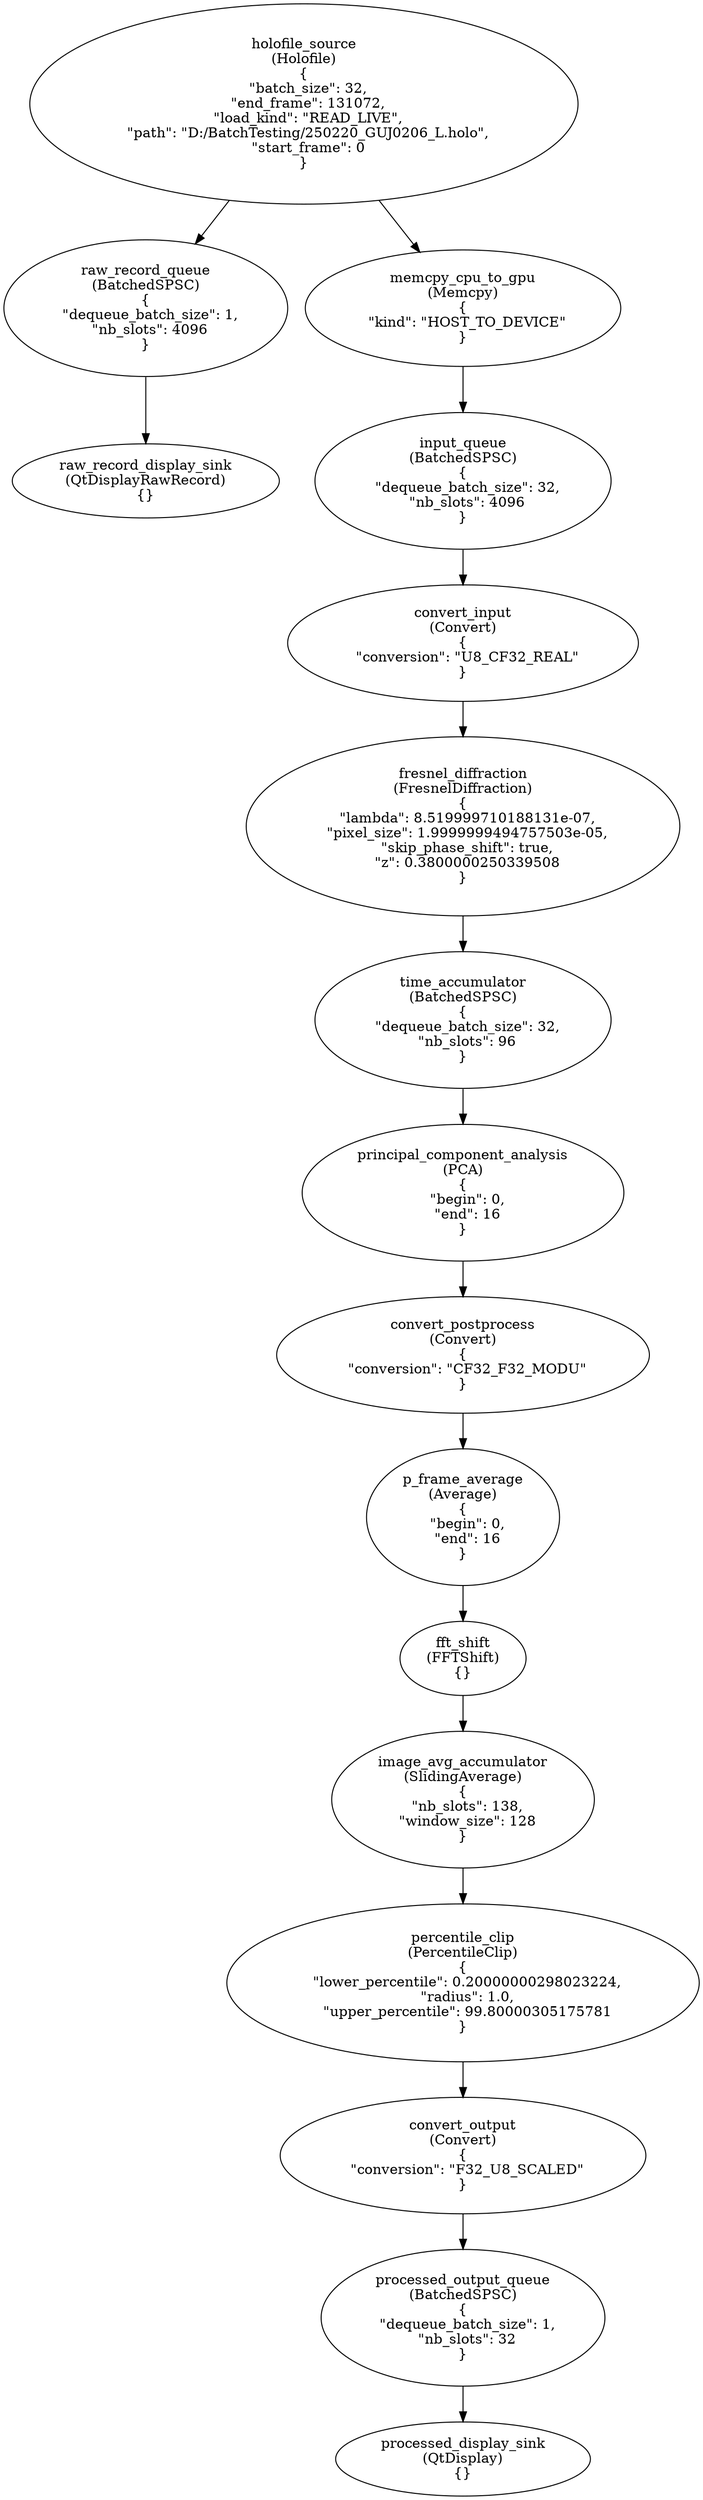
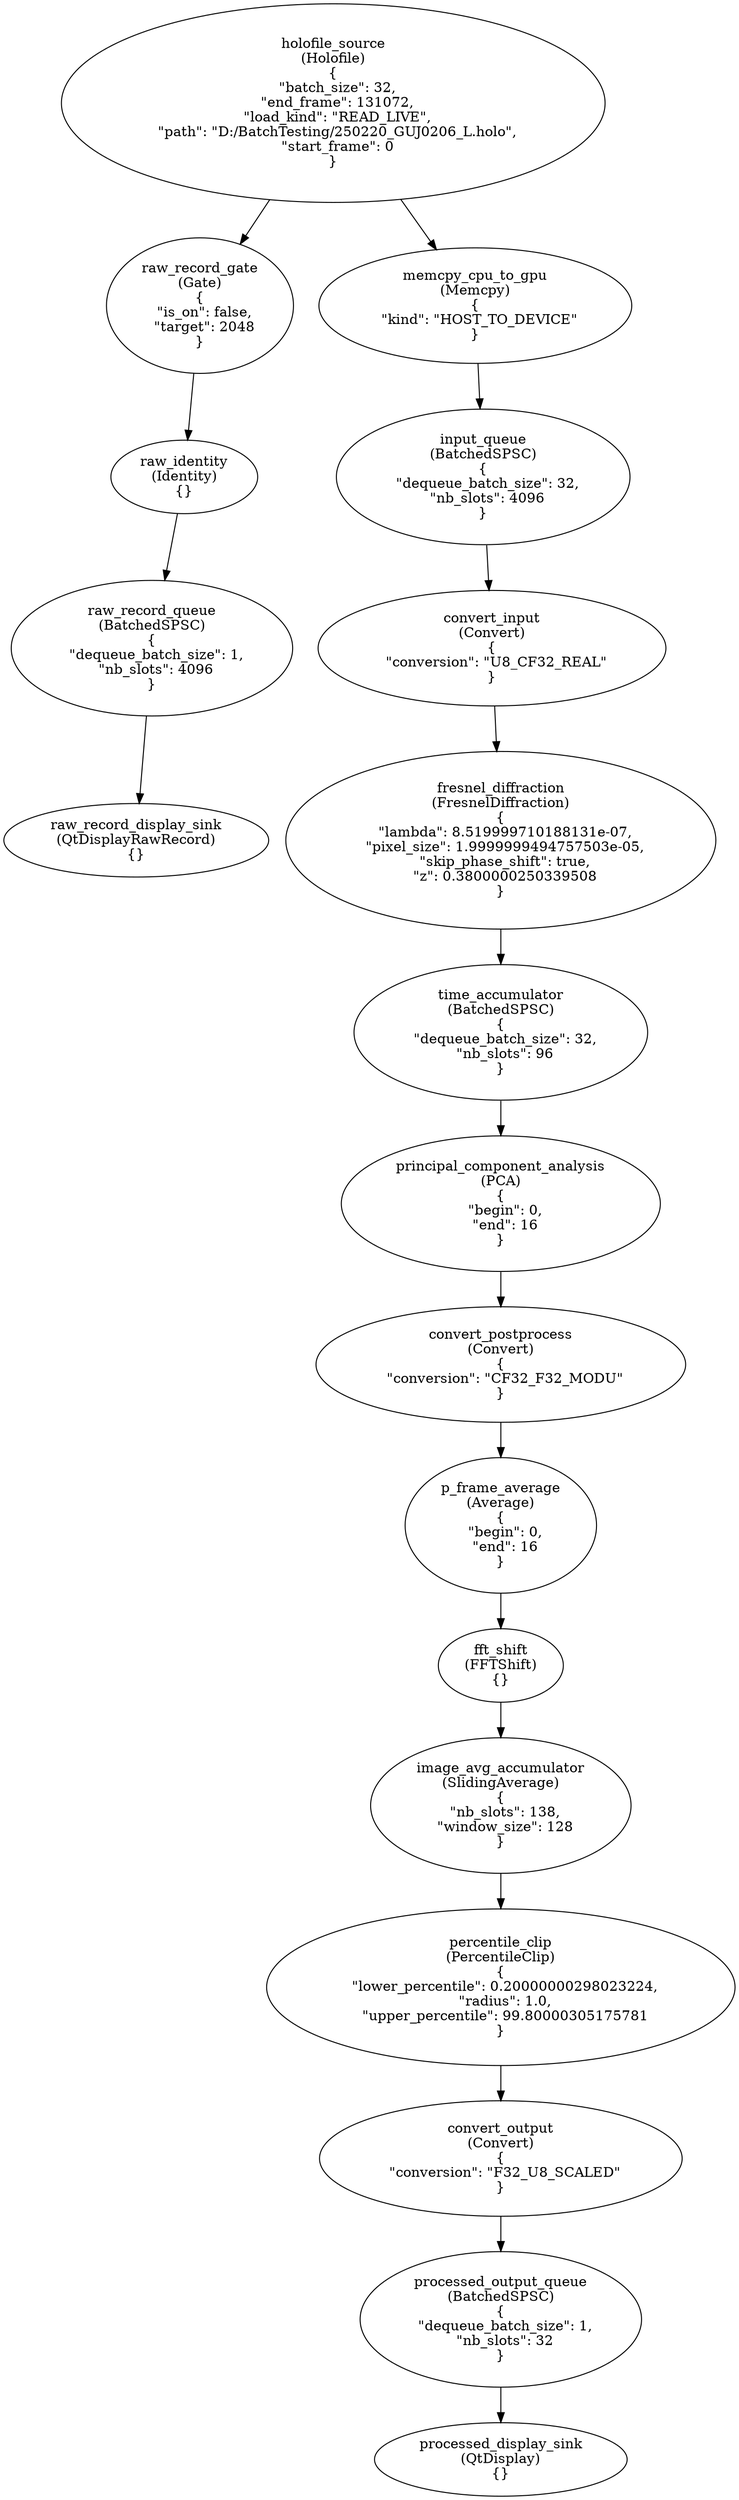
digraph G {
0[label="holofile_source\n(Holofile)\n{
  \"batch_size\": 32,
  \"end_frame\": 131072,
  \"load_kind\": \"READ_LIVE\",
  \"path\": \"D:/BatchTesting/250220_GUJ0206_L.holo\",
  \"start_frame\": 0
}"];
- 1[label="raw_record_queue\n(BatchedSPSC)\n{
+ 1[label="raw_record_gate\n(Gate)\n{
+   \"is_on\": false,
+   \"target\": 2048
+ }"];
+ 2[label="raw_identity\n(Identity)\n{}"];
+ 3[label="raw_record_queue\n(BatchedSPSC)\n{
  \"dequeue_batch_size\": 1,
  \"nb_slots\": 4096
}"];
- 2[label="raw_record_display_sink\n(QtDisplayRawRecord)\n{}"];
- 3[label="memcpy_cpu_to_gpu\n(Memcpy)\n{
+ 4[label="raw_record_display_sink\n(QtDisplayRawRecord)\n{}"];
+ 5[label="memcpy_cpu_to_gpu\n(Memcpy)\n{
  \"kind\": \"HOST_TO_DEVICE\"
}"];
- 4[label="input_queue\n(BatchedSPSC)\n{
+ 6[label="input_queue\n(BatchedSPSC)\n{
  \"dequeue_batch_size\": 32,
  \"nb_slots\": 4096
}"];
- 5[label="convert_input\n(Convert)\n{
+ 7[label="convert_input\n(Convert)\n{
  \"conversion\": \"U8_CF32_REAL\"
}"];
- 6[label="fresnel_diffraction\n(FresnelDiffraction)\n{
+ 8[label="fresnel_diffraction\n(FresnelDiffraction)\n{
  \"lambda\": 8.519999710188131e-07,
  \"pixel_size\": 1.9999999494757503e-05,
  \"skip_phase_shift\": true,
  \"z\": 0.3800000250339508
}"];
- 7[label="time_accumulator\n(BatchedSPSC)\n{
+ 9[label="time_accumulator\n(BatchedSPSC)\n{
  \"dequeue_batch_size\": 32,
  \"nb_slots\": 96
}"];
- 8[label="principal_component_analysis\n(PCA)\n{
+ 10[label="principal_component_analysis\n(PCA)\n{
  \"begin\": 0,
  \"end\": 16
}"];
- 9[label="convert_postprocess\n(Convert)\n{
+ 11[label="convert_postprocess\n(Convert)\n{
  \"conversion\": \"CF32_F32_MODU\"
}"];
- 10[label="p_frame_average\n(Average)\n{
+ 12[label="p_frame_average\n(Average)\n{
  \"begin\": 0,
  \"end\": 16
}"];
- 11[label="fft_shift\n(FFTShift)\n{}"];
- 12[label="image_avg_accumulator\n(SlidingAverage)\n{
+ 13[label="fft_shift\n(FFTShift)\n{}"];
+ 14[label="image_avg_accumulator\n(SlidingAverage)\n{
  \"nb_slots\": 138,
  \"window_size\": 128
}"];
- 13[label="percentile_clip\n(PercentileClip)\n{
+ 15[label="percentile_clip\n(PercentileClip)\n{
  \"lower_percentile\": 0.20000000298023224,
  \"radius\": 1.0,
  \"upper_percentile\": 99.80000305175781
}"];
- 14[label="convert_output\n(Convert)\n{
+ 16[label="convert_output\n(Convert)\n{
  \"conversion\": \"F32_U8_SCALED\"
}"];
- 15[label="processed_output_queue\n(BatchedSPSC)\n{
+ 17[label="processed_output_queue\n(BatchedSPSC)\n{
  \"dequeue_batch_size\": 1,
  \"nb_slots\": 32
}"];
- 16[label="processed_display_sink\n(QtDisplay)\n{}"];
+ 18[label="processed_display_sink\n(QtDisplay)\n{}"];
0->1 ;
- 0->3 ;
+ 0->5 ;
1->2 ;
+ 2->3 ;
3->4 ;
- 4->5 ;
5->6 ;
6->7 ;
7->8 ;
8->9 ;
9->10 ;
10->11 ;
11->12 ;
12->13 ;
13->14 ;
14->15 ;
15->16 ;
+ 16->17 ;
+ 17->18 ;
}
